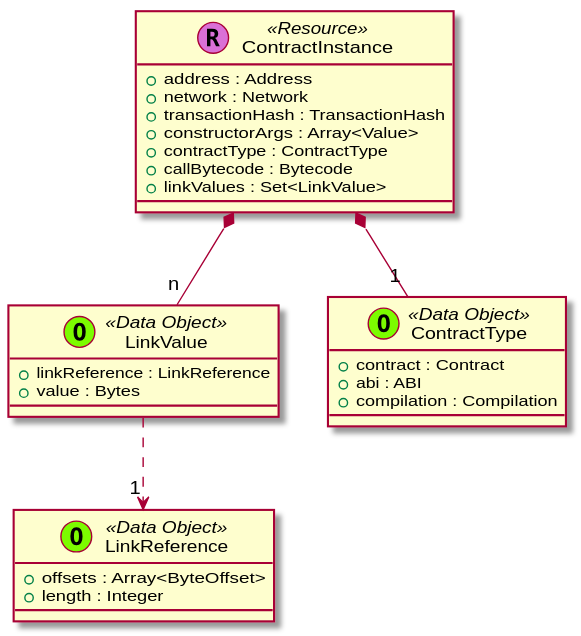
Above: contrib/trufflesuite/data-model/_images/plantuml-a912d7f0924a2b27f20177c1267e0f14728107fe.svg in trufflesuite/artifact-updates (PlantUML), before the change.
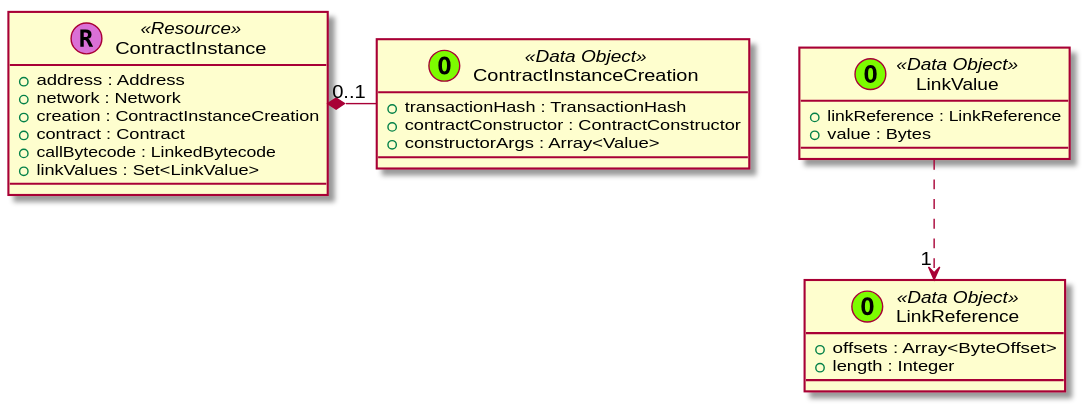
After the change.

Diff of the diagram source:
```diff
@@ -4,59 +4,16 @@
 
 
 
+  class ContractInstance << (R,orchid) Resource >> {
+    + address : Address
+    + network : Network
+    + creation : ContractInstanceCreation
+    + contract : Contract
+    + callBytecode : LinkedBytecode
+    + linkValues : Set<LinkValue>
+  }
 
-
-
-
-
-class ContractInstance << (R,orchid) Resource >> {
-  + address : Address
-  + network : Network
-  + transactionHash : TransactionHash
-  + constructorArgs : Array<Value>
-  + contractType : ContractType
-  + callBytecode : Bytecode
-  + linkValues : Set<LinkValue>
-}
-
-
-
-
-
-
-
-class LinkValue << (O,lawngreen) Data Object >> {
-  + linkReference : LinkReference
-  + value : Bytes
-}
-
-class LinkReference << (O,lawngreen) Data Object >> {
-  + offsets : Array<ByteOffset>
-  + length : Integer
-}
-
-class ContractType << (O,lawngreen) Data Object >> {
-  + contract : Contract
-  + abi : ABI
-  + compilation : Compilation
-}
-
-
-
-
-
-
-
-
-
-
-
-
-ContractInstance *-- "1" ContractType
-
-
-
-ContractInstance *-- "n" LinkValue
+  ContractInstance *-right- "0..1" ContractInstanceCreation
 
 
 
@@ -71,6 +28,52 @@
 
 
 
-LinkValue ..> "1" LinkReference
+
+
+
+
+  class ContractInstanceCreation << (O,lawngreen) Data Object >> {
+    + transactionHash : TransactionHash
+    + contractConstructor : ContractConstructor
+    + constructorArgs : Array<Value>
+  }
+
+  class LinkValue << (O,lawngreen) Data Object >> {
+    + linkReference : LinkReference
+    + value : Bytes
+  }
+
+  class LinkReference << (O,lawngreen) Data Object >> {
+    + offsets : Array<ByteOffset>
+    + length : Integer
+  }
+
+
+
+
+
+
+
+
+
+
+
+
+
+
+
+
+
+
+
+
+
+
+
+
+
+
+
+  LinkValue ..> "1" LinkReference
 
 @enduml
```
